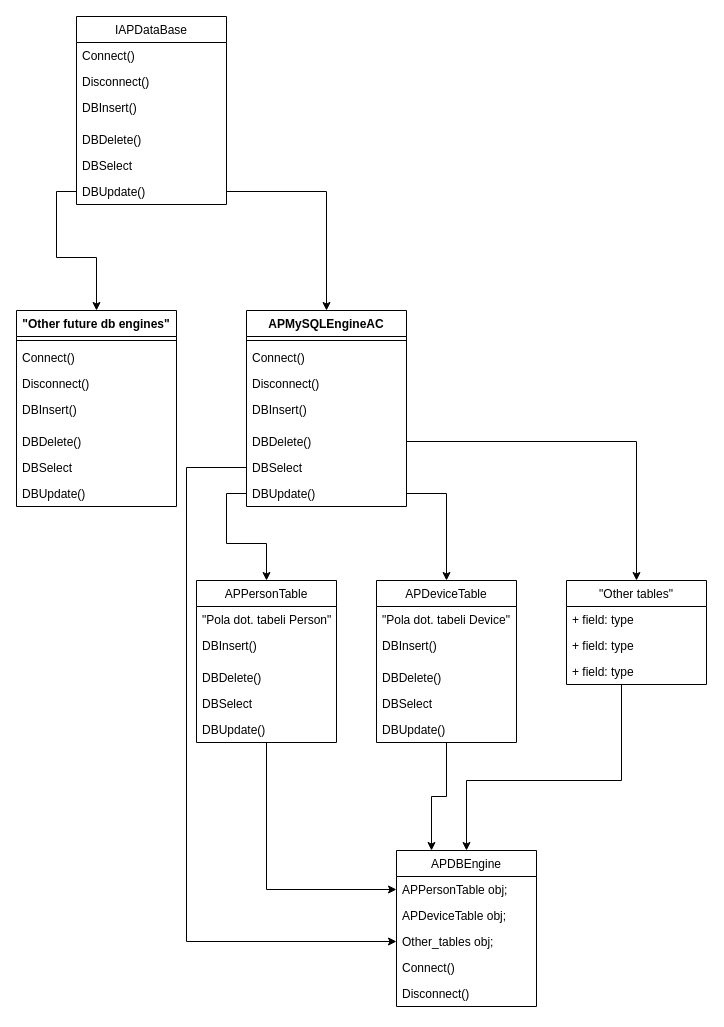
Before: LogisticaDBClassGraph.drawio in ATSP5/Logistica, a draw.io diagram. Source tidied: cells renumbered, new cells numbered last; positions are measured from the earlier drawing's top-left corner, leaving out a move shared by most shapes. Both pictures are drawn from the tidied source at 100%, with x=0, y=0 at pixel (16, 16).
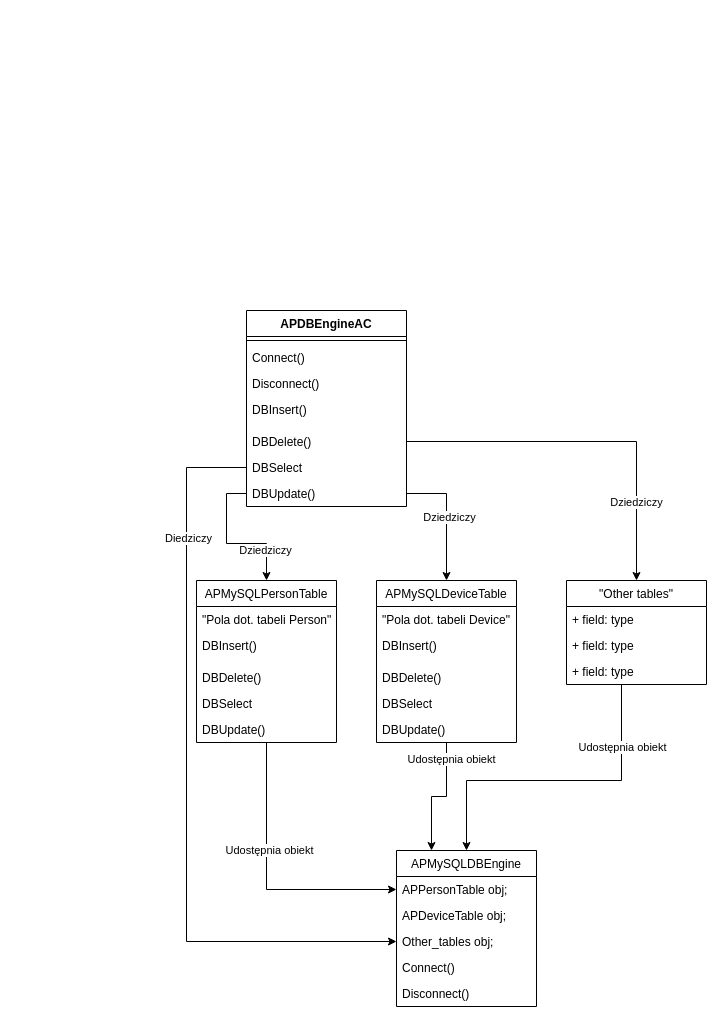
After the change.

The change refers to these unchanged cells:
```xml
<mxCell id="27" style="edgeStyle=orthogonalEdgeStyle;rounded=0;jettySize=auto;html=1;exitX=0.5;exitY=1;exitDx=0;exitDy=0;" parent="1" edge="1" source="28" target="50">
  <mxGeometry relative="1" as="geometry" />
</mxCell>
<mxCell id="34" style="edgeStyle=orthogonalEdgeStyle;rounded=0;jettySize=auto;html=1;exitX=0.5;exitY=1;exitDx=0;exitDy=0;entryX=0.25;entryY=0;entryDx=0;entryDy=0;" parent="1" edge="1" source="35" target="49">
  <mxGeometry relative="1" as="geometry" />
</mxCell>
<mxCell id="41" style="edgeStyle=orthogonalEdgeStyle;rounded=0;jettySize=auto;html=1;exitX=0.5;exitY=1;exitDx=0;exitDy=0;entryX=0.5;entryY=0;entryDx=0;entryDy=0;" parent="1" edge="1" source="42" target="49">
  <mxGeometry relative="1" as="geometry">
    <Array as="points">
      <mxPoint x="605" y="764" />
      <mxPoint x="450" y="764" />
    </Array>
  </mxGeometry>
</mxCell>
<mxCell id="46" style="edgeStyle=orthogonalEdgeStyle;rounded=0;jettySize=auto;html=1;exitX=0;exitY=0.5;exitDx=0;exitDy=0;entryX=0.5;entryY=0;entryDx=0;entryDy=0;" parent="1" edge="1" source="16" target="28">
  <mxGeometry relative="1" as="geometry" />
</mxCell>
<mxCell id="47" style="edgeStyle=orthogonalEdgeStyle;rounded=0;jettySize=auto;html=1;exitX=1;exitY=0.5;exitDx=0;exitDy=0;entryX=0.5;entryY=0;entryDx=0;entryDy=0;" parent="1" edge="1" source="16" target="35">
  <mxGeometry relative="1" as="geometry" />
</mxCell>
<mxCell id="48" style="edgeStyle=orthogonalEdgeStyle;rounded=0;jettySize=auto;html=1;exitX=1;exitY=0.5;exitDx=0;exitDy=0;entryX=0.5;entryY=0;entryDx=0;entryDy=0;" parent="1" edge="1" source="14" target="42">
  <mxGeometry relative="1" as="geometry" />
</mxCell>
<mxCell id="55" style="edgeStyle=orthogonalEdgeStyle;rounded=0;jettySize=auto;html=1;exitX=0;exitY=0.5;exitDx=0;exitDy=0;" parent="1" edge="1" source="15" target="52">
  <mxGeometry relative="1" as="geometry">
    <Array as="points">
      <mxPoint x="170" y="451" />
      <mxPoint x="170" y="925" />
    </Array>
  </mxGeometry>
</mxCell>
```

Change to the diagram source:
```diff
@@
-    <mxCell id="2" value="IAPDataBase" style="swimlane;fontStyle=0;horizontal=1;startSize=26;fillColor=none;" parent="1" vertex="1">
-      <mxGeometry x="60" width="150" height="188" as="geometry" />
-    </mxCell>
-    <mxCell id="3" value="Connect()" style="text;strokeColor=none;fillColor=none;align=left;verticalAlign=top;spacingLeft=4;spacingRight=4;overflow=hidden;" parent="2" vertex="1">
-      <mxGeometry y="26" width="150" height="26" as="geometry" />
-    </mxCell>
-    <mxCell id="4" value="Disconnect()" style="text;strokeColor=none;fillColor=none;align=left;verticalAlign=top;spacingLeft=4;spacingRight=4;overflow=hidden;" parent="2" vertex="1">
-      <mxGeometry y="52" width="150" height="26" as="geometry" />
-    </mxCell>
-    <mxCell id="5" value="DBInsert()&#10;" style="text;strokeColor=none;fillColor=none;align=left;verticalAlign=top;spacingLeft=4;spacingRight=4;overflow=hidden;" parent="2" vertex="1">
-      <mxGeometry y="78" width="150" height="32" as="geometry" />
-    </mxCell>
-    <mxCell id="6" value="DBDelete()" style="text;strokeColor=none;fillColor=none;align=left;verticalAlign=top;spacingLeft=4;spacingRight=4;overflow=hidden;" parent="2" vertex="1">
-      <mxGeometry y="110" width="150" height="26" as="geometry" />
-    </mxCell>
-    <mxCell id="7" value="DBSelect" style="text;strokeColor=none;fillColor=none;align=left;verticalAlign=top;spacingLeft=4;spacingRight=4;overflow=hidden;" parent="2" vertex="1">
-      <mxGeometry y="136" width="150" height="26" as="geometry" />
-    </mxCell>
-    <mxCell id="8" value="DBUpdate()" style="text;strokeColor=none;fillColor=none;align=left;verticalAlign=top;spacingLeft=4;spacingRight=4;overflow=hidden;points=[[0,0.5],[1,0.5]];portConstraint=eastwest;" parent="2" vertex="1">
-      <mxGeometry y="162" width="150" height="26" as="geometry" />
-    </mxCell>
-    <mxCell id="9" value="APMySQLEngineAC" style="swimlane;fontStyle=1;align=center;verticalAlign=top;horizontal=1;startSize=26;" parent="1" vertex="1">
+    <mxCell id="9" value="APDBEngineAC" style="swimlane;fontStyle=1;align=center;verticalAlign=top;horizontal=1;startSize=26;" parent="1" vertex="1">
       <mxGeometry x="230" y="294" width="160" height="196" as="geometry" />
     </mxCell>
@@
-    <mxCell id="17" style="edgeStyle=orthogonalEdgeStyle;rounded=0;jettySize=auto;html=1;exitX=1;exitY=0.5;exitDx=0;exitDy=0;entryX=0.5;entryY=0;entryDx=0;entryDy=0;" parent="1" edge="1" source="8" target="9">
-      <mxGeometry relative="1" as="geometry" />
-    </mxCell>
-    <mxCell id="18" value="&quot;Other future db engines&quot;" style="swimlane;fontStyle=1;align=center;verticalAlign=top;horizontal=1;startSize=26;" parent="1" vertex="1">
-      <mxGeometry y="294" width="160" height="196" as="geometry" />
-    </mxCell>
-    <mxCell id="19" style="line;strokeWidth=1;fillColor=none;align=left;verticalAlign=middle;spacingTop=-1;spacingLeft=3;spacingRight=3;labelPosition=right;" parent="18" vertex="1">
-      <mxGeometry y="26" width="160" height="8" as="geometry" />
-    </mxCell>
-    <mxCell id="20" value="Connect()" style="text;strokeColor=none;fillColor=none;align=left;verticalAlign=top;spacingLeft=4;spacingRight=4;overflow=hidden;" parent="18" vertex="1">
-      <mxGeometry y="34" width="160" height="26" as="geometry" />
-    </mxCell>
-    <mxCell id="21" value="Disconnect()" style="text;strokeColor=none;fillColor=none;align=left;verticalAlign=top;spacingLeft=4;spacingRight=4;overflow=hidden;" parent="18" vertex="1">
-      <mxGeometry y="60" width="160" height="26" as="geometry" />
-    </mxCell>
-    <mxCell id="22" value="DBInsert()&#10;" style="text;strokeColor=none;fillColor=none;align=left;verticalAlign=top;spacingLeft=4;spacingRight=4;overflow=hidden;" parent="18" vertex="1">
-      <mxGeometry y="86" width="160" height="32" as="geometry" />
-    </mxCell>
-    <mxCell id="23" value="DBDelete()" style="text;strokeColor=none;fillColor=none;align=left;verticalAlign=top;spacingLeft=4;spacingRight=4;overflow=hidden;" parent="18" vertex="1">
-      <mxGeometry y="118" width="160" height="26" as="geometry" />
-    </mxCell>
-    <mxCell id="24" value="DBSelect" style="text;strokeColor=none;fillColor=none;align=left;verticalAlign=top;spacingLeft=4;spacingRight=4;overflow=hidden;" parent="18" vertex="1">
-      <mxGeometry y="144" width="160" height="26" as="geometry" />
-    </mxCell>
-    <mxCell id="25" value="DBUpdate()" style="text;strokeColor=none;fillColor=none;align=left;verticalAlign=top;spacingLeft=4;spacingRight=4;overflow=hidden;" parent="18" vertex="1">
-      <mxGeometry y="170" width="160" height="26" as="geometry" />
-    </mxCell>
-    <mxCell id="26" style="edgeStyle=orthogonalEdgeStyle;rounded=0;jettySize=auto;html=1;exitX=0;exitY=0.5;exitDx=0;exitDy=0;" parent="1" edge="1" source="8" target="18">
-      <mxGeometry relative="1" as="geometry" />
-    </mxCell>
@@
+    <mxCell id="56" value="Udostępnia obiekt" style="edgeLabel;html=1;align=center;verticalAlign=middle;" parent="27" vertex="1">
+      <mxGeometry x="-0.23" y="2" relative="1" as="geometry" />
+    </mxCell>
-    <mxCell id="28" value="APPersonTable" style="swimlane;fontStyle=0;horizontal=1;startSize=26;fillColor=none;" parent="1" vertex="1">
+    <mxCell id="28" value="APMySQLPersonTable" style="swimlane;fontStyle=0;horizontal=1;startSize=26;fillColor=none;" parent="1" vertex="1">
       <mxGeometry x="180" y="564" width="140" height="162" as="geometry" />
     </mxCell>
@@
+    <mxCell id="57" value="Udostępnia obiekt" style="edgeLabel;html=1;align=center;verticalAlign=middle;" parent="34" vertex="1">
+      <mxGeometry x="-0.74" y="4" relative="1" as="geometry" />
+    </mxCell>
-    <mxCell id="35" value="APDeviceTable" style="swimlane;fontStyle=0;horizontal=1;startSize=26;fillColor=none;" parent="1" vertex="1">
+    <mxCell id="35" value="APMySQLDeviceTable" style="swimlane;fontStyle=0;horizontal=1;startSize=26;fillColor=none;" parent="1" vertex="1">
       <mxGeometry x="360" y="564" width="140" height="162" as="geometry" />
     </mxCell>
@@
+    <mxCell id="58" value="Udostępnia obiekt" style="edgeLabel;html=1;align=center;verticalAlign=middle;" parent="41" vertex="1">
+      <mxGeometry x="-0.54" relative="1" as="geometry" />
+    </mxCell>
@@
+    <mxCell id="59" value="Dziedziczy" style="edgeLabel;html=1;align=center;verticalAlign=middle;" parent="46" vertex="1">
+      <mxGeometry x="0.58" y="-2" relative="1" as="geometry" />
+    </mxCell>
@@
+    <mxCell id="60" value="Dziedziczy" style="edgeLabel;html=1;align=center;verticalAlign=middle;" parent="47" vertex="1">
+      <mxGeometry x="-0.01" y="2" relative="1" as="geometry" />
+    </mxCell>
@@
+    <mxCell id="61" value="Dziedziczy" style="edgeLabel;html=1;align=center;verticalAlign=middle;" parent="48" vertex="1">
+      <mxGeometry x="0.57" y="-1" relative="1" as="geometry" />
+    </mxCell>
-    <mxCell id="49" value="APDBEngine" style="swimlane;fontStyle=0;horizontal=1;startSize=26;fillColor=none;" parent="1" vertex="1">
+    <mxCell id="49" value="APMySQLDBEngine" style="swimlane;fontStyle=0;horizontal=1;startSize=26;fillColor=none;" parent="1" vertex="1">
       <mxGeometry x="380" y="834" width="140" height="156" as="geometry" />
     </mxCell>
@@
+    <mxCell id="62" value="Diedziczy" style="edgeLabel;html=1;align=center;verticalAlign=middle;" parent="55" vertex="1">
+      <mxGeometry x="-0.65" y="1" relative="1" as="geometry" />
+    </mxCell>
```
